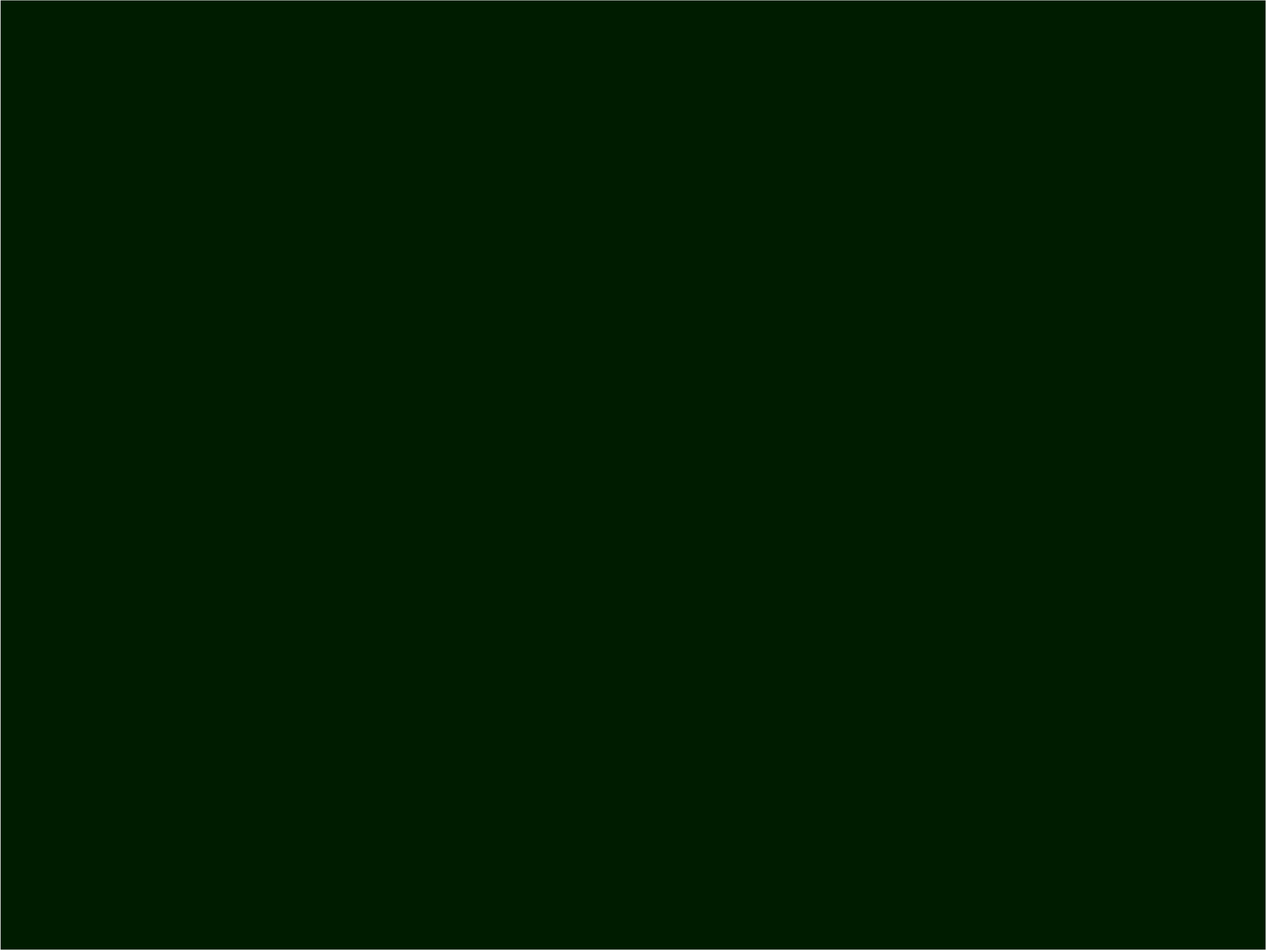
Above: themes/images/slide/dark/slide-dark-title.drawio.svg in yiwkr/asciidoc-docs-tempalte (draw.io), before the change. Source tidied: cells renumbered, new cells last; positions are measured from the earlier drawing's top-left corner, leaving out a move shared by most shapes.
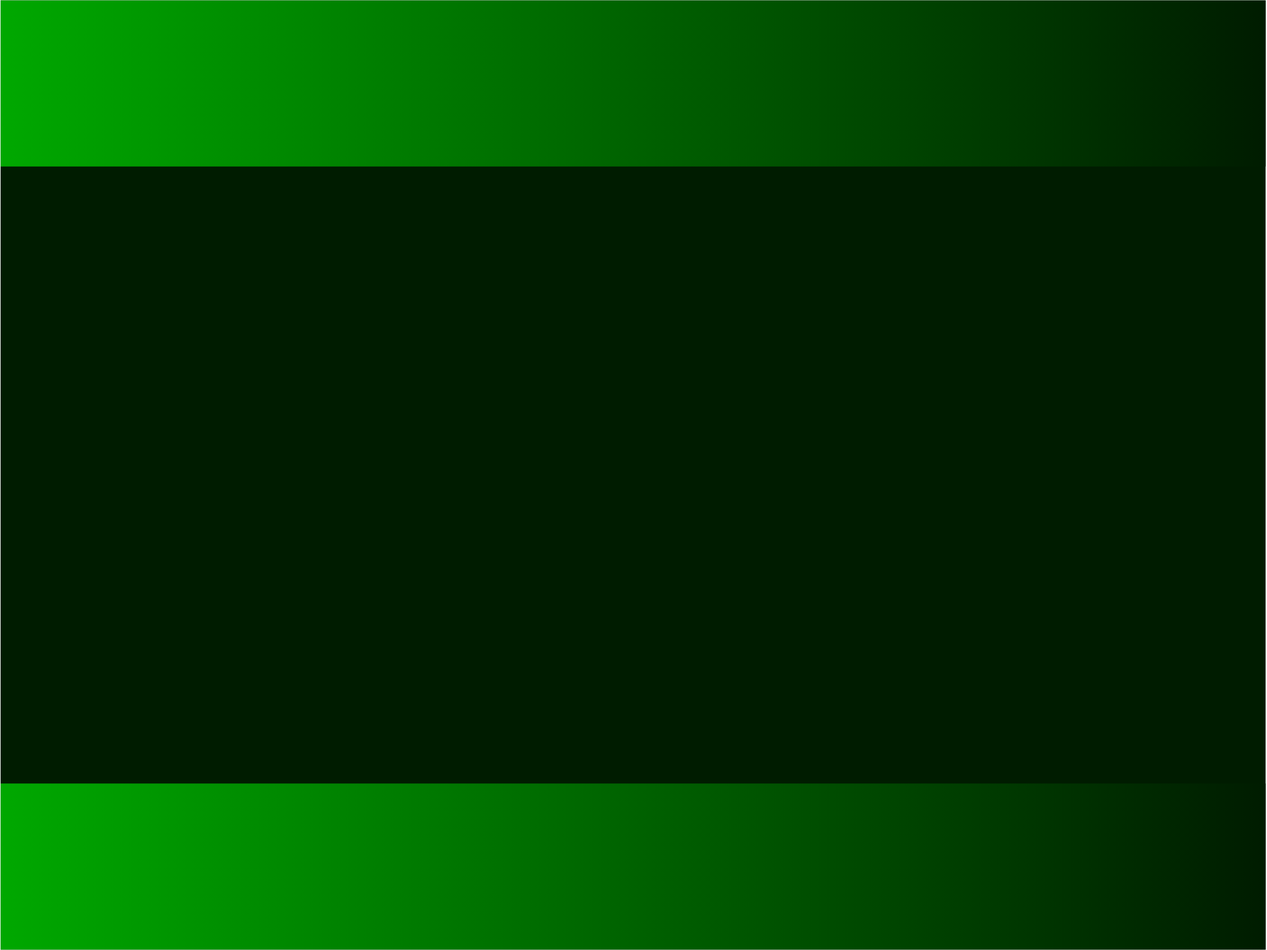
The same diagram one commit later.

Diff of the diagram source:
```diff
@@ -8,5 +8,11 @@
     <mxCell id="3" style="rounded=0;whiteSpace=wrap;html=1;strokeColor=none;fillColor=#001C00;fontColor=#ffffff;" parent="1" vertex="1">
       <mxGeometry width="1600" height="1200" as="geometry" />
     </mxCell>
+    <mxCell id="4" style="rounded=0;whiteSpace=wrap;html=1;strokeColor=none;fillColor=#001C00;fontColor=#ffffff;gradientColor=#00a800;gradientDirection=west;" parent="1" vertex="1">
+      <mxGeometry width="1600" height="210" as="geometry" />
+    </mxCell>
+    <mxCell id="5" style="rounded=0;whiteSpace=wrap;html=1;strokeColor=none;fillColor=#001C00;fontColor=#ffffff;gradientColor=#00a800;gradientDirection=west;" parent="1" vertex="1">
+      <mxGeometry y="990" width="1600" height="210" as="geometry" />
+    </mxCell>
   </root>
 </mxGraphModel>
```
